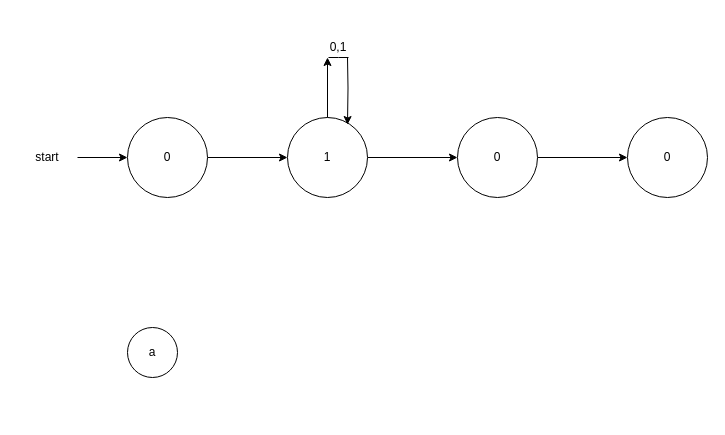
Before: Compiler construction.drawio in Icey-Python/DIAGRAMS, a draw.io diagram. Source tidied: cells renumbered, new cells numbered last; positions are measured from the earlier drawing's top-left corner, leaving out a move shared by most shapes. Both pictures are drawn from the tidied source at 100%, with x=0, y=0 at pixel (17, 32).
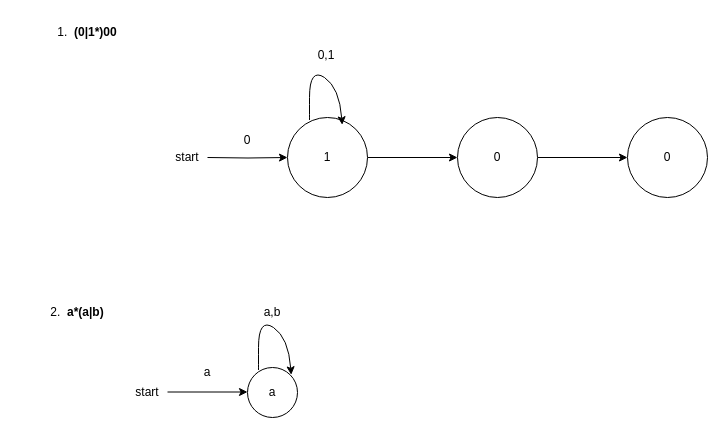
After the change.

The change refers to these unchanged cells:
```xml
<mxCell id="5" value="1" style="ellipse;whiteSpace=wrap;html=1;" parent="1" vertex="1">
  <mxGeometry x="270" y="85" width="80" height="80" as="geometry" />
</mxCell>
```

What changed in the source:
```diff
@@
-    <mxCell id="2" style="edgeStyle=orthogonalEdgeStyle;rounded=0;jettySize=auto;html=1;exitX=1;exitY=0.5;exitDx=0;exitDy=0;" parent="1" edge="1" source="3" target="5">
-      <mxGeometry relative="1" as="geometry" />
+    <mxCell id="2" style="edgeStyle=orthogonalEdgeStyle;rounded=0;jettySize=auto;html=1;exitX=1;exitY=0.5;exitDx=0;exitDy=0;" parent="1" edge="1" target="5">
+      <mxGeometry relative="1" as="geometry">
+        <mxPoint x="190" y="125" as="sourcePoint" />
+      </mxGeometry>
     </mxCell>
-    <mxCell id="3" value="0" style="ellipse;whiteSpace=wrap;html=1;" parent="1" vertex="1">
-      <mxGeometry x="110" y="85" width="80" height="80" as="geometry" />
-    </mxCell>
@@
-    <mxCell id="9" style="group;" parent="1" vertex="1">
-      <mxGeometry x="310" y="25" width="21" as="geometry" />
-    </mxCell>
-    <mxCell id="10" style="edgeStyle=orthogonalEdgeStyle;rounded=0;jettySize=auto;html=1;exitX=0.5;exitY=0;exitDx=0;exitDy=0;" parent="9" edge="1" source="5">
-      <mxGeometry relative="1" as="geometry">
-        <mxPoint as="targetPoint" />
-      </mxGeometry>
-    </mxCell>
-    <mxCell id="11" style="edgeStyle=orthogonalEdgeStyle;rounded=0;jettySize=auto;html=1;entryX=0.75;entryY=0.088;entryDx=0;entryDy=0;entryPerimeter=0;" parent="9" edge="1" target="5">
-      <mxGeometry relative="1" as="geometry">
-        <mxPoint x="20" as="sourcePoint" />
-      </mxGeometry>
-    </mxCell>
-    <mxCell id="12" style="endArrow=none;html=1;rounded=0;" parent="9" edge="1">
-      <mxGeometry relative="1" as="geometry">
-        <mxPoint x="1" as="sourcePoint" />
-        <mxPoint x="21" as="targetPoint" />
-        <Array as="points">
-          <mxPoint x="11" />
-        </Array>
-      </mxGeometry>
-    </mxCell>
     <mxCell id="13" value="0,1" style="text;html=1;align=center;verticalAlign=middle;whiteSpace=wrap;rounded=0;" parent="1" vertex="1">
-      <mxGeometry x="290.5" width="60" height="30" as="geometry" />
+      <mxGeometry x="278.5" y="8" width="60" height="30" as="geometry" />
     </mxCell>
-    <mxCell id="14" style="edgeStyle=orthogonalEdgeStyle;rounded=0;jettySize=auto;html=1;" parent="1" edge="1" source="15" target="3">
-      <mxGeometry relative="1" as="geometry" />
-    </mxCell>
     <mxCell id="15" value="start" style="text;html=1;align=center;verticalAlign=middle;whiteSpace=wrap;rounded=0;" parent="1" vertex="1">
-      <mxGeometry y="110" width="60" height="30" as="geometry" />
+      <mxGeometry x="140" y="110" width="60" height="30" as="geometry" />
     </mxCell>
     <mxCell id="16" value="a" style="ellipse;whiteSpace=wrap;html=1;" parent="1" vertex="1">
-      <mxGeometry x="110" y="295" width="50" height="50" as="geometry" />
+      <mxGeometry x="230" y="335" width="50" height="50" as="geometry" />
     </mxCell>
+    <mxCell id="17" value="1.&amp;nbsp; &lt;b&gt;(0|1*)00&lt;/b&gt;" style="text;html=1;align=center;verticalAlign=middle;whiteSpace=wrap;rounded=0;" parent="1" vertex="1">
+      <mxGeometry x="30" y="-15" width="80" height="30" as="geometry" />
+    </mxCell>
+    <mxCell id="18" value="2.&amp;nbsp; &lt;b&gt;a*(a|b)&lt;/b&gt;" style="text;html=1;align=center;verticalAlign=middle;whiteSpace=wrap;rounded=0;" parent="1" vertex="1">
+      <mxGeometry x="30" y="265" width="60" height="30" as="geometry" />
+    </mxCell>
+    <mxCell id="19" style="edgeStyle=orthogonalEdgeStyle;rounded=0;orthogonalLoop=1;jettySize=auto;html=1;exitX=1;exitY=0.5;exitDx=0;exitDy=0;" parent="1" edge="1">
+      <mxGeometry relative="1" as="geometry">
+        <mxPoint x="150" y="359.5" as="sourcePoint" />
+        <mxPoint x="230" y="359.5" as="targetPoint" />
+      </mxGeometry>
+    </mxCell>
+    <mxCell id="20" value="start" style="text;html=1;align=center;verticalAlign=middle;whiteSpace=wrap;rounded=0;" parent="1" vertex="1">
+      <mxGeometry x="100" y="345" width="60" height="30" as="geometry" />
+    </mxCell>
+    <mxCell id="21" value="a,b" style="text;html=1;align=center;verticalAlign=middle;whiteSpace=wrap;rounded=0;" parent="1" vertex="1">
+      <mxGeometry x="225" y="265" width="60" height="30" as="geometry" />
+    </mxCell>
+    <mxCell id="22" style="curved=1;endArrow=classic;html=1;rounded=0;entryX=1;entryY=0;entryDx=0;entryDy=0;" parent="1" edge="1">
+      <mxGeometry relative="1" as="geometry">
+        <mxPoint x="241" y="335" as="sourcePoint" />
+        <mxPoint x="273.7" y="342.3" as="targetPoint" />
+        <Array as="points">
+          <mxPoint x="241" y="345" />
+          <mxPoint x="241" y="285" />
+          <mxPoint x="271" y="305" />
+        </Array>
+      </mxGeometry>
+    </mxCell>
+    <mxCell id="23" style="curved=1;endArrow=classic;html=1;rounded=0;entryX=1;entryY=0;entryDx=0;entryDy=0;" parent="1" edge="1">
+      <mxGeometry relative="1" as="geometry">
+        <mxPoint x="292" y="85" as="sourcePoint" />
+        <mxPoint x="324.7" y="92.3" as="targetPoint" />
+        <Array as="points">
+          <mxPoint x="292" y="95" />
+          <mxPoint x="292" y="35" />
+          <mxPoint x="322" y="55" />
+        </Array>
+      </mxGeometry>
+    </mxCell>
+    <mxCell id="3" value="0" style="text;html=1;align=center;verticalAlign=middle;whiteSpace=wrap;rounded=0;" parent="1" vertex="1">
+      <mxGeometry x="200" y="93" width="60" height="30" as="geometry" />
+    </mxCell>
+    <mxCell id="24" value="a" style="text;html=1;align=center;verticalAlign=middle;whiteSpace=wrap;rounded=0;" parent="1" vertex="1">
+      <mxGeometry x="160" y="325" width="60" height="30" as="geometry" />
+    </mxCell>
```
